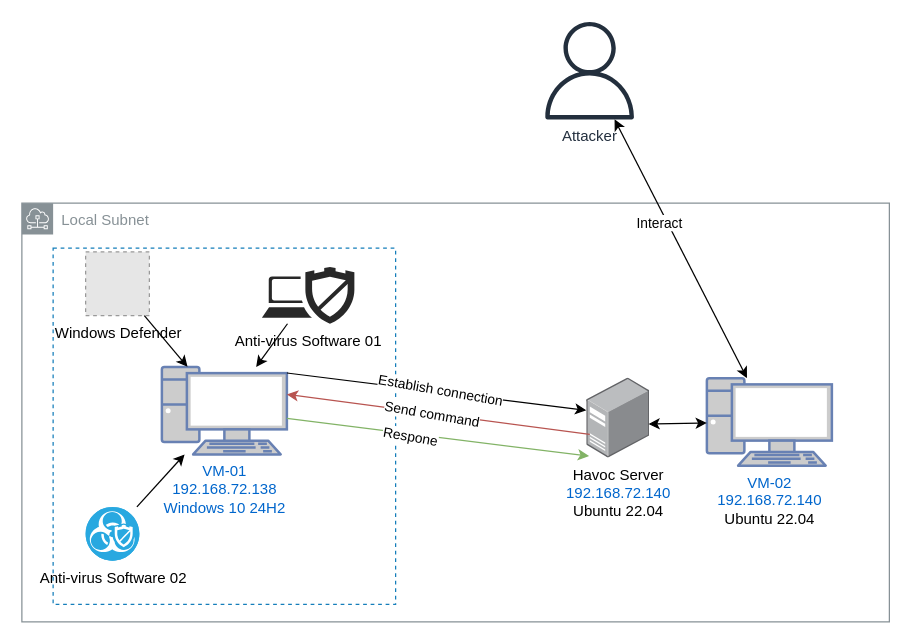
Before: page "Demo-Architecture" (2 of 5) of C2_model.drawio in lephuduc/kayumi, a draw.io diagram. Source tidied: cells renumbered, new cells numbered last; positions are measured from the earlier drawing's top-left corner, leaving out a move shared by most shapes. Both pictures are drawn from the tidied source at 125%, with x=0, y=0 at pixel (21, 21). Pictures stored in the file or linked from it are replaced by grey dashed boxes.
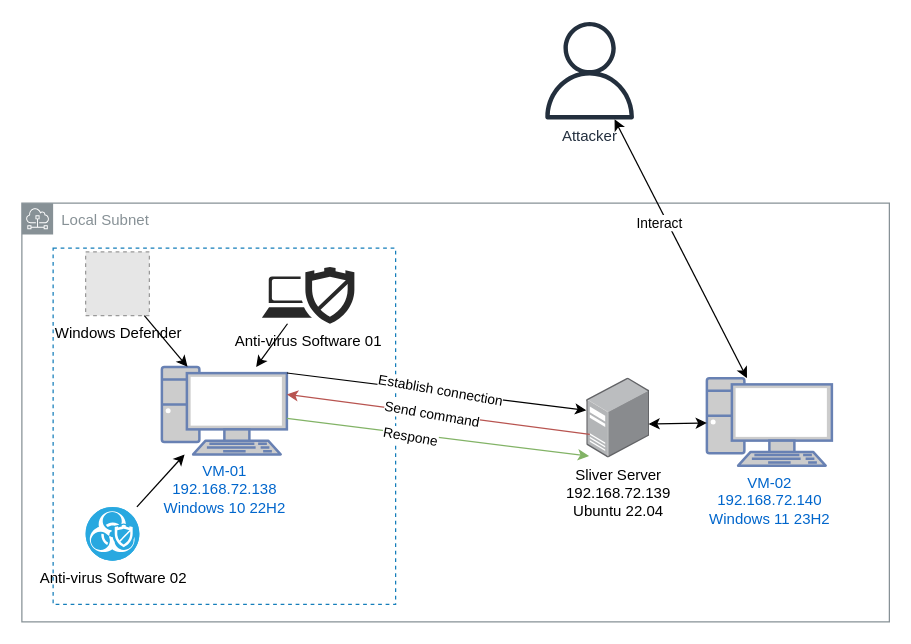
After the change.

Change to the diagram source:
```diff
@@
-    <mxCell id="4" value="VM-02&lt;div&gt;192.168.72.140&lt;/div&gt;&lt;div&gt;&lt;span style=&quot;color: rgb(0, 0, 0);&quot;&gt;Ubuntu 22.04&lt;/span&gt;&lt;/div&gt;" style="fontColor=#0066CC;verticalAlign=top;verticalLabelPosition=bottom;labelPosition=center;align=center;html=1;outlineConnect=0;fillColor=#CCCCCC;strokeColor=#6881B3;gradientColor=none;gradientDirection=north;strokeWidth=2;shape=mxgraph.networks.pc;" parent="1" vertex="1">
+    <mxCell id="4" value="VM-02&lt;div&gt;192.168.72.140&lt;/div&gt;&lt;div&gt;Windows 11 23H2&lt;/div&gt;" style="fontColor=#0066CC;verticalAlign=top;verticalLabelPosition=bottom;labelPosition=center;align=center;html=1;outlineConnect=0;fillColor=#CCCCCC;strokeColor=#6881B3;gradientColor=none;gradientDirection=north;strokeWidth=2;shape=mxgraph.networks.pc;" parent="1" vertex="1">
       <mxGeometry x="548" y="285" width="100" height="70" as="geometry" />
     </mxCell>
-    <mxCell id="5" value="VM-01&lt;div&gt;192.168.72.138&lt;/div&gt;&lt;div&gt;Windows 10 24H2&lt;/div&gt;" style="fontColor=#0066CC;verticalAlign=top;verticalLabelPosition=bottom;labelPosition=center;align=center;html=1;outlineConnect=0;fillColor=#CCCCCC;strokeColor=#6881B3;gradientColor=none;gradientDirection=north;strokeWidth=2;shape=mxgraph.networks.pc;" parent="1" vertex="1">
+    <mxCell id="5" value="VM-01&lt;div&gt;192.168.72.138&lt;/div&gt;&lt;div&gt;Windows 10 22H2&lt;/div&gt;" style="fontColor=#0066CC;verticalAlign=top;verticalLabelPosition=bottom;labelPosition=center;align=center;html=1;outlineConnect=0;fillColor=#CCCCCC;strokeColor=#6881B3;gradientColor=none;gradientDirection=north;strokeWidth=2;shape=mxgraph.networks.pc;" parent="1" vertex="1">
       <mxGeometry x="112" y="276" width="100" height="70" as="geometry" />
     </mxCell>
-    <mxCell id="6" value="&lt;div&gt;Havoc Server&lt;/div&gt;&lt;div&gt;&lt;span style=&quot;color: rgb(0, 102, 204);&quot;&gt;192.168.72.140&lt;/span&gt;&lt;/div&gt;&lt;div&gt;Ubuntu 22.04&lt;/div&gt;" style="image;points=[];html=1;align=center;shadow=0;dashed=0;image=img/lib/allied_telesis/computer_and_terminals/Server_Desktop.svg;" parent="1" vertex="1">
+    <mxCell id="6" value="&lt;div&gt;Sliver Server&lt;/div&gt;&lt;div&gt;192.168.72.139&lt;/div&gt;&lt;div&gt;Ubuntu 22.04&lt;/div&gt;" style="image;points=[];html=1;align=center;shadow=0;dashed=0;image=img/lib/allied_telesis/computer_and_terminals/Server_Desktop.svg;" parent="1" vertex="1">
       <mxGeometry x="452" y="285" width="50.5" height="64" as="geometry" />
     </mxCell>
```
